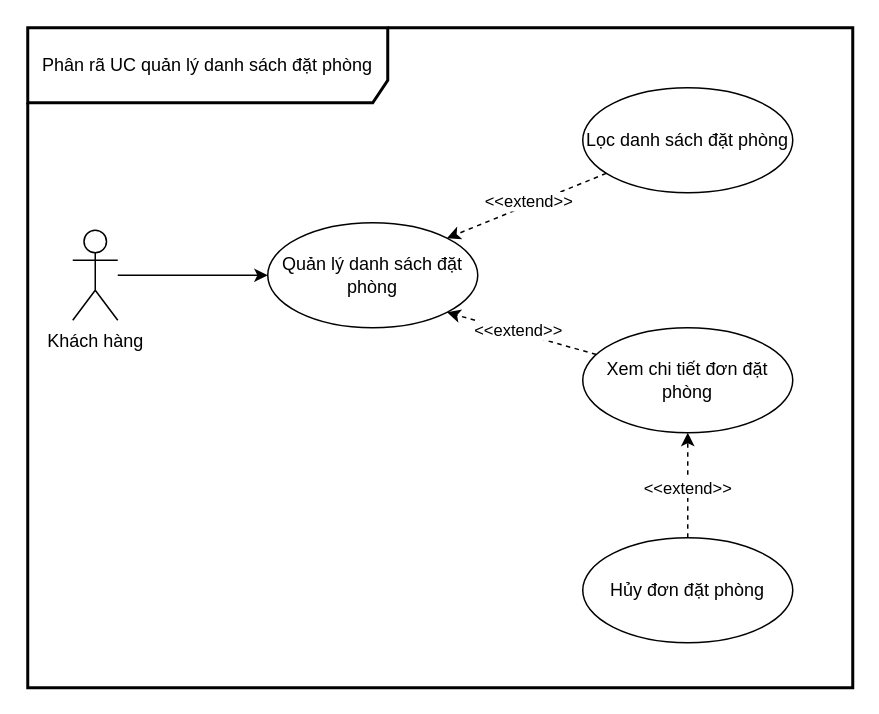
Earlier version of the draw.io diagram page "UC_QuanLyDSDatPhong" (3 of 6) of usecase-diagrams.drawio (KMA-TTCS-Nhom32/documents). Source tidied: cells renumbered, new cells numbered last; positions are measured from the earlier drawing's top-left corner, leaving out a move shared by most shapes. Both pictures are drawn from the tidied source at 150%, with x=0, y=0 at pixel (27, 27).
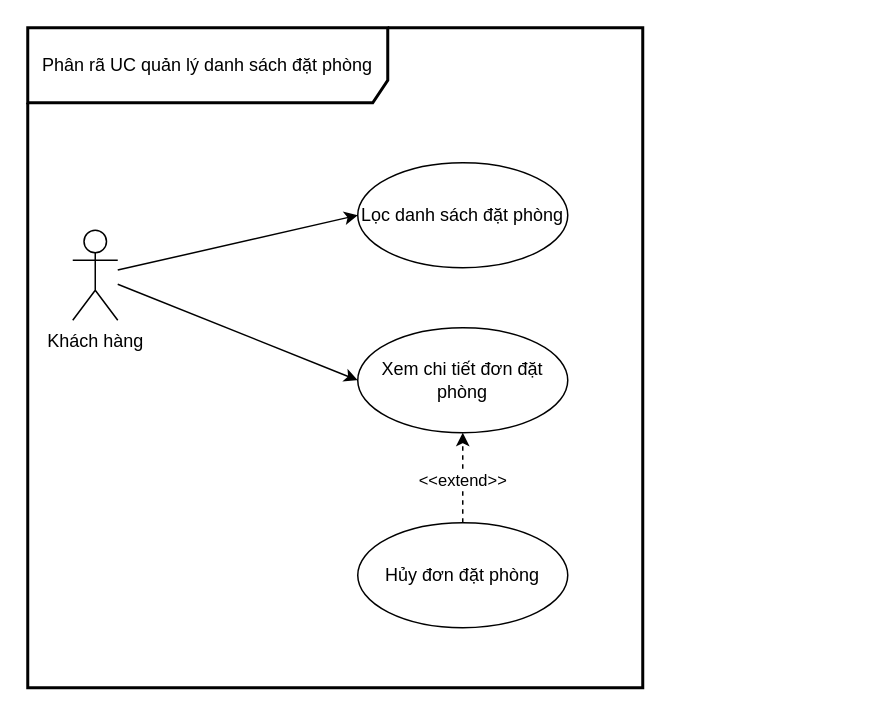
Above is the later version.

What changed in the source:
```diff
@@
 <mxGraphModel>
   <root>
     <mxCell id="0" />
     <mxCell id="1" parent="0" />
-    <mxCell id="2" style="rounded=0;jettySize=auto;html=1;entryX=0;entryY=0.5;entryDx=0;entryDy=0;" parent="1" edge="1" source="3" target="4">
-      <mxGeometry relative="1" as="geometry" />
-    </mxCell>
+    <mxCell id="15" style="rounded=0;jettySize=auto;html=1;entryX=0;entryY=0.5;entryDx=0;entryDy=0;" parent="1" edge="1" source="3" target="5">
+      <mxGeometry relative="1" as="geometry" />
+    </mxCell>
+    <mxCell id="16" style="rounded=0;jettySize=auto;html=1;entryX=0;entryY=0.5;entryDx=0;entryDy=0;" parent="1" edge="1" source="3" target="10">
+      <mxGeometry relative="1" as="geometry" />
+    </mxCell>
     <mxCell id="3" value="Khách hàng" style="shape=umlActor;verticalLabelPosition=bottom;verticalAlign=top;html=1;" parent="1" vertex="1">
       <mxGeometry x="30" y="135" width="30" height="60" as="geometry" />
     </mxCell>
-    <mxCell id="4" value="Quản lý danh sách đặt phòng" style="ellipse;whiteSpace=wrap;html=1;" parent="1" vertex="1">
-      <mxGeometry x="160" y="130" width="140" height="70" as="geometry" />
-    </mxCell>
     <mxCell id="5" value="Lọc danh sách đặt phòng" style="ellipse;whiteSpace=wrap;html=1;" parent="1" vertex="1">
-      <mxGeometry x="370" y="40" width="140" height="70" as="geometry" />
+      <mxGeometry x="220" y="90" width="140" height="70" as="geometry" />
     </mxCell>
-    <mxCell id="6" style="rounded=0;jettySize=auto;html=1;entryX=1;entryY=0;entryDx=0;entryDy=0;dashed=1;" parent="1" edge="1" source="5" target="4">
-      <mxGeometry relative="1" as="geometry" />
-    </mxCell>
-    <mxCell id="7" value="&amp;lt;&amp;lt;extend&amp;gt;&amp;gt;" style="edgeLabel;html=1;align=center;verticalAlign=middle;" parent="6" vertex="1">
-      <mxGeometry x="-0.04" y="-2" relative="1" as="geometry" />
-    </mxCell>
-    <mxCell id="8" style="rounded=0;jettySize=auto;html=1;entryX=1;entryY=1;entryDx=0;entryDy=0;dashed=1;" parent="1" edge="1" source="10" target="4">
-      <mxGeometry relative="1" as="geometry" />
-    </mxCell>
-    <mxCell id="9" value="&amp;lt;&amp;lt;extend&amp;gt;&amp;gt;" style="edgeLabel;html=1;align=center;verticalAlign=middle;" parent="8" vertex="1">
-      <mxGeometry x="0.06" y="-1" relative="1" as="geometry" />
-    </mxCell>
     <mxCell id="10" value="Xem chi tiết đơn đặt phòng" style="ellipse;whiteSpace=wrap;html=1;" parent="1" vertex="1">
-      <mxGeometry x="370" y="200" width="140" height="70" as="geometry" />
+      <mxGeometry x="220" y="200" width="140" height="70" as="geometry" />
     </mxCell>
     <mxCell id="11" style="edgeStyle=orthogonalEdgeStyle;rounded=0;jettySize=auto;html=1;entryX=0.5;entryY=1;entryDx=0;entryDy=0;dashed=1;" parent="1" edge="1" source="13" target="10">
       <mxGeometry relative="1" as="geometry" />
     </mxCell>
     <mxCell id="12" value="&amp;lt;&amp;lt;extend&amp;gt;&amp;gt;" style="edgeLabel;html=1;align=center;verticalAlign=middle;" parent="11" vertex="1">
       <mxGeometry x="-0.03" y="1" relative="1" as="geometry" />
     </mxCell>
     <mxCell id="13" value="Hủy đơn đặt phòng" style="ellipse;whiteSpace=wrap;html=1;" parent="1" vertex="1">
-      <mxGeometry x="370" y="340" width="140" height="70" as="geometry" />
+      <mxGeometry x="220" y="330" width="140" height="70" as="geometry" />
     </mxCell>
     <mxCell id="14" value="Phân rã UC quản lý danh sách đặt phòng" style="shape=umlFrame;whiteSpace=wrap;html=1;width=240;height=50;strokeWidth=2;" parent="1" vertex="1">
-      <mxGeometry width="550" height="440" as="geometry" />
+      <mxGeometry width="410" height="440" as="geometry" />
     </mxCell>
   </root>
 </mxGraphModel>
```
